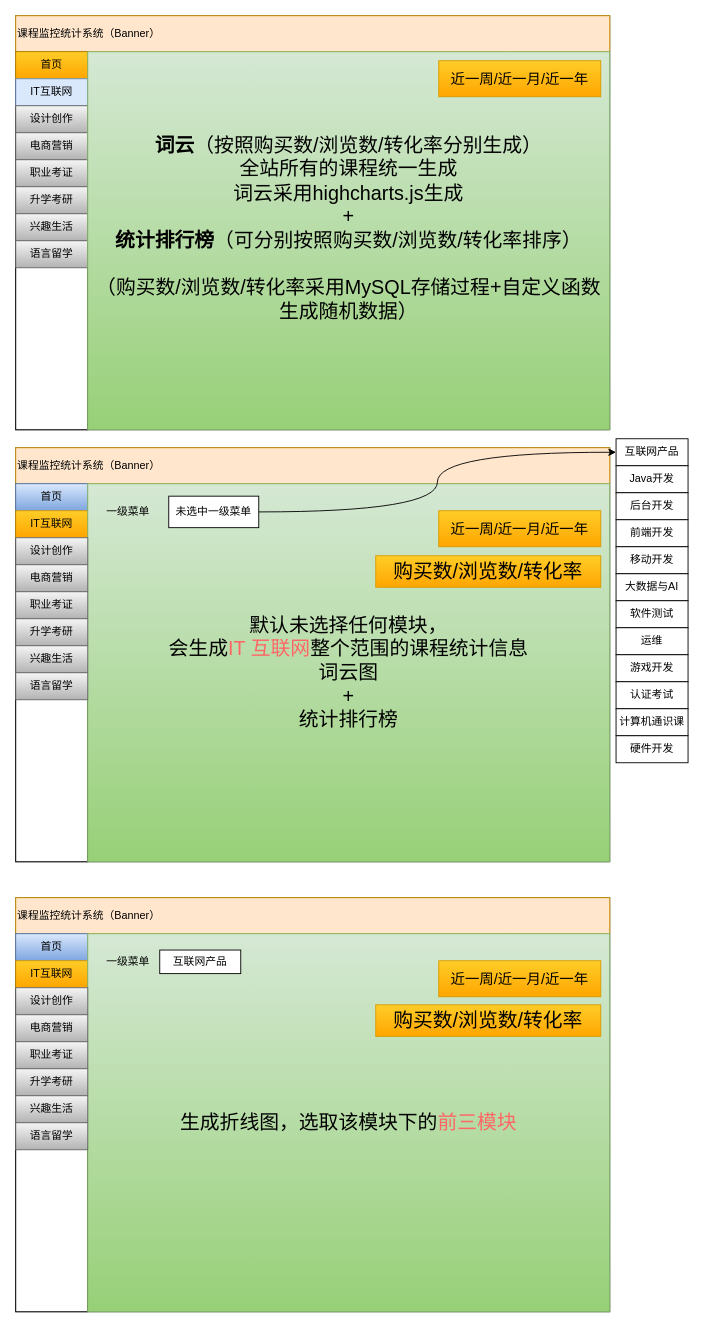
This is spring/ke.drawio from progzc/draw.io, a draw.io file, before an edit. Source tidied: cells renumbered, new cells numbered last; positions are measured from the earlier drawing's top-left corner, leaving out a move shared by most shapes. Both pictures are drawn from the tidied source at 90%, with x=0, y=0 at pixel (15, 15).
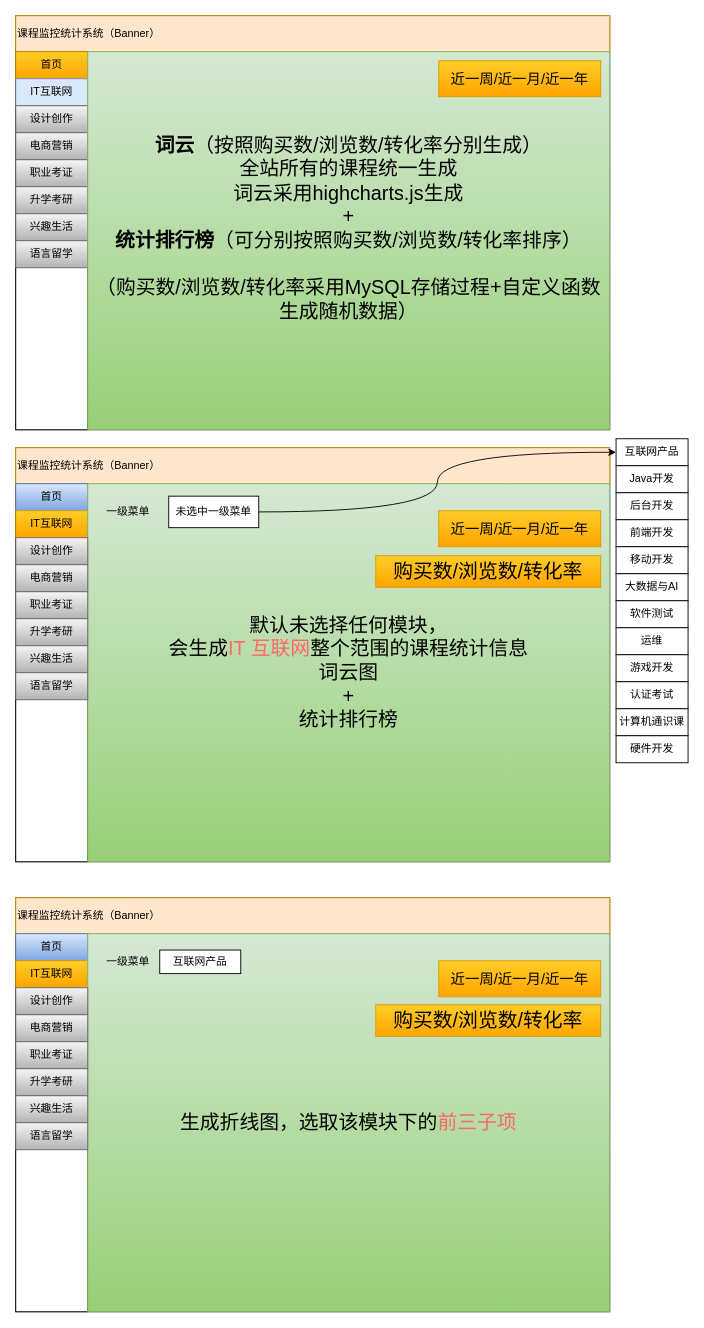
The same page after the edit.

The edit, as a diff of the source:
```diff
@@
-    <mxCell id="48" value="&lt;font style=&quot;font-size: 22px&quot;&gt;生成折线图，选取该模块下的&lt;font color=&quot;#ff6666&quot;&gt;前三模块&lt;/font&gt;&lt;br&gt;&lt;/font&gt;" style="rounded=0;whiteSpace=wrap;html=1;gradientColor=#97d077;fillColor=#d5e8d4;strokeColor=#82b366;" parent="1" vertex="1">
+    <mxCell id="48" value="&lt;font style=&quot;font-size: 22px&quot;&gt;生成折线图，选取该模块下的&lt;font color=&quot;#ff6666&quot;&gt;前三子项&lt;/font&gt;&lt;br&gt;&lt;/font&gt;" style="rounded=0;whiteSpace=wrap;html=1;gradientColor=#97d077;fillColor=#d5e8d4;strokeColor=#82b366;" parent="1" vertex="1">
       <mxGeometry x="80" y="1020" width="580" height="420" as="geometry" />
     </mxCell>
```
